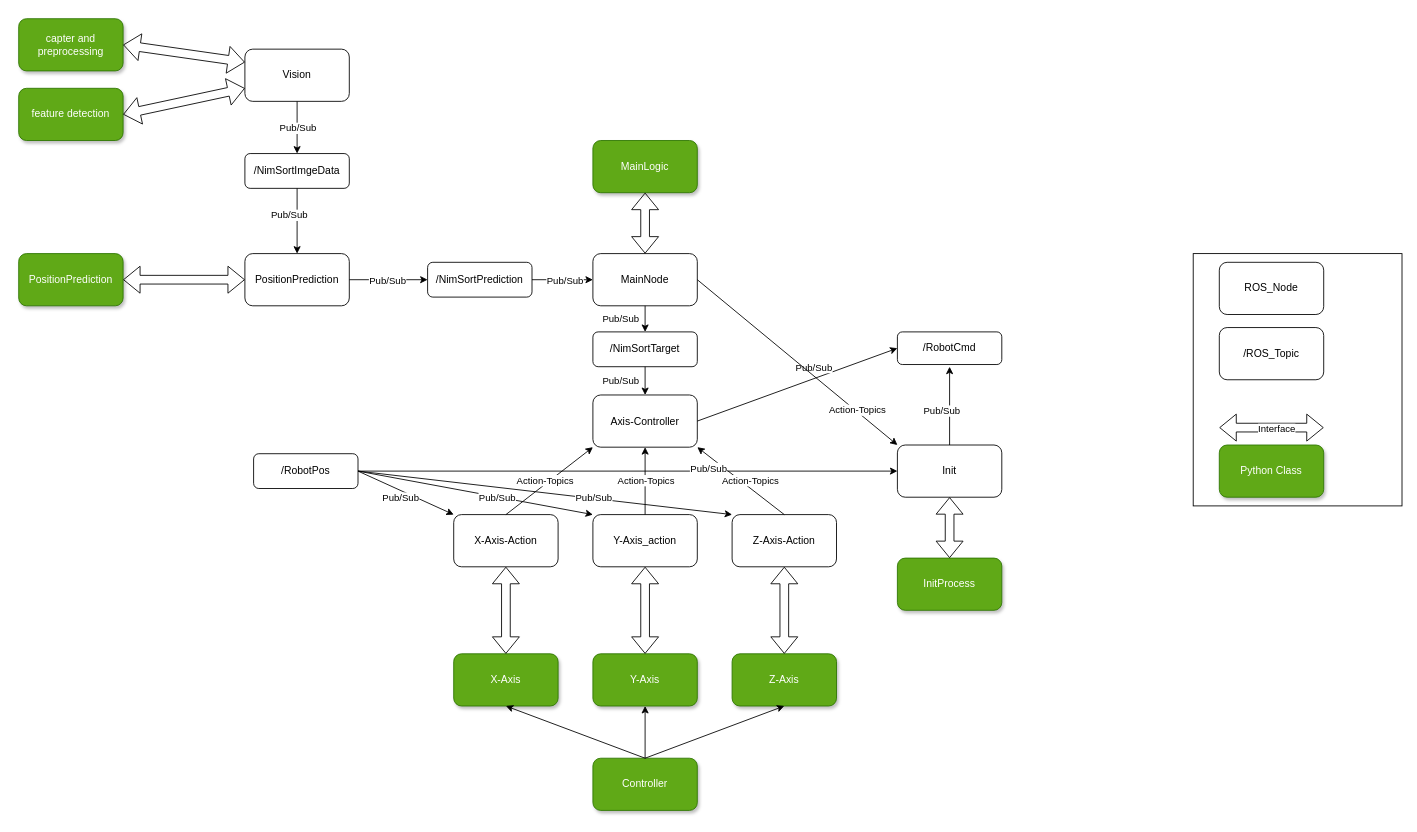
derlole/NimSort42 keeps this draw.io diagram as misc/arch.drawio. Above is the earlier version. Source tidied: cells renumbered, new cells numbered last; positions are measured from the earlier drawing's top-left corner, leaving out a move shared by most shapes. Both pictures are drawn from the tidied source at 87%, with x=0, y=0 at pixel (18, 18).
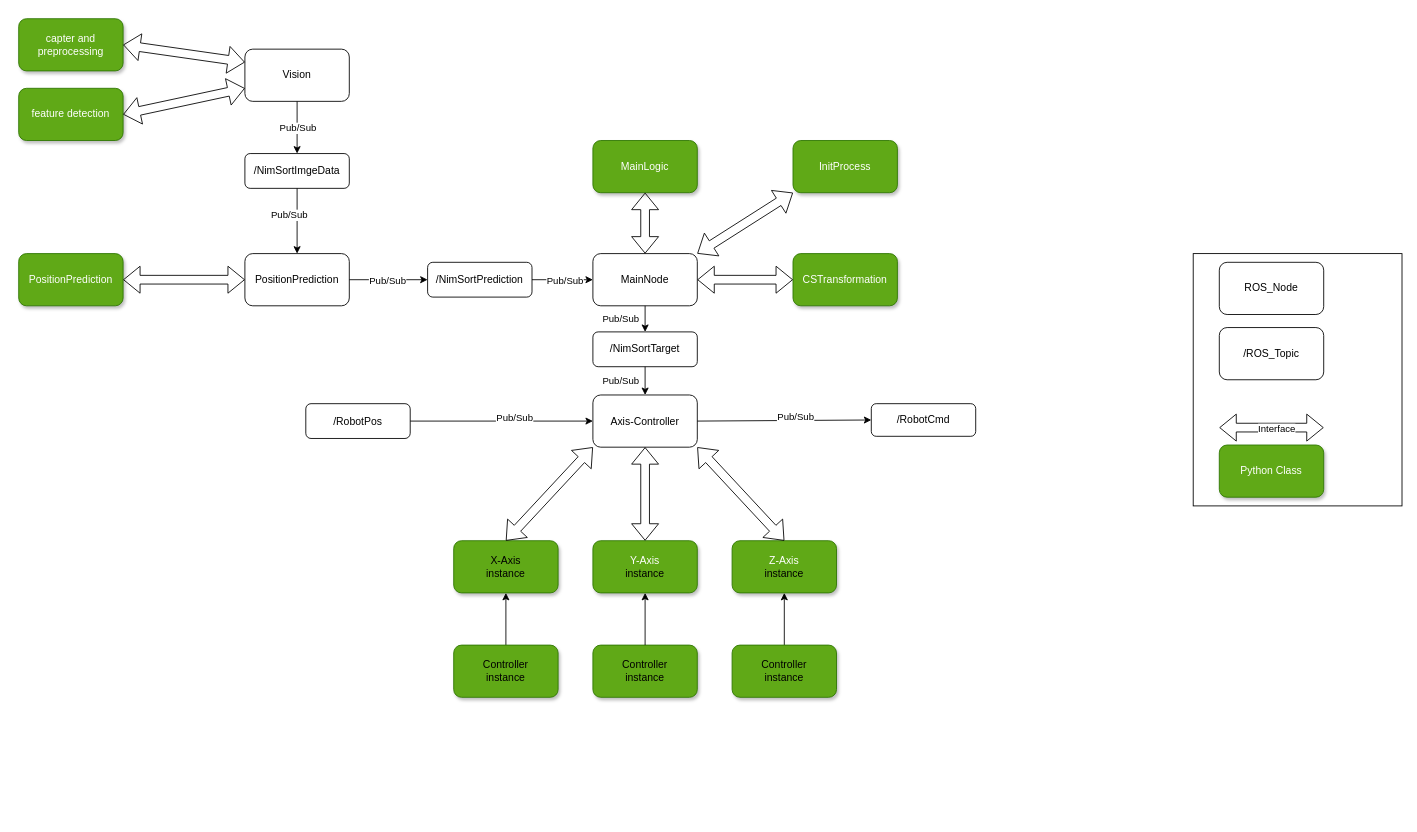
The same page after the edit.

The change refers to these unchanged cells:
```xml
<mxCell id="9" value="Axis-Controller" style="rounded=1;whiteSpace=wrap;html=1;fillColor=light-dark(#FFFFFF,#FF3399);shadow=0;strokeColor=light-dark(#000000,#0000FF);" parent="1" vertex="1">
  <mxGeometry x="660" y="432.5" width="120" height="60" as="geometry" />
</mxCell>
<mxCell id="13" value="MainNode" style="rounded=1;whiteSpace=wrap;html=1;fillColor=light-dark(#FFFFFF,#FF3399);shadow=0;strokeColor=light-dark(#000000,#0000FF);" parent="1" vertex="1">
  <mxGeometry x="660" y="270" width="120" height="60" as="geometry" />
</mxCell>
```

The edit, as a diff of the source:
```diff
@@
     <mxCell id="10" value="/RobotCmd" style="rounded=1;whiteSpace=wrap;html=1;fillColor=light-dark(#FFFFFF,#FF3399);shadow=0;strokeColor=light-dark(#000000,#FFFF66);" parent="1" vertex="1">
-      <mxGeometry x="1010" y="360" width="120" height="37.5" as="geometry" />
+      <mxGeometry x="980" y="442.5" width="120" height="37.5" as="geometry" />
     </mxCell>
@@
     <mxCell id="15" value="/RobotPos" style="rounded=1;whiteSpace=wrap;html=1;fillColor=light-dark(#FFFFFF,#FF3399);shadow=0;strokeColor=light-dark(#000000,#FFFF66);" parent="1" vertex="1">
-      <mxGeometry x="270" y="500" width="120" height="40" as="geometry" />
+      <mxGeometry x="330" y="442.5" width="120" height="40" as="geometry" />
     </mxCell>
-    <mxCell id="16" style="endArrow=classic;html=1;exitX=1;exitY=0.5;exitDx=0;exitDy=0;entryX=0;entryY=0;entryDx=0;entryDy=0;" parent="1" edge="1" source="15" target="20">
-      <mxGeometry relative="1" as="geometry" />
-    </mxCell>
-    <mxCell id="17" value="Pub/Sub" style="edgeLabel;html=1;align=center;verticalAlign=middle;" parent="16" vertex="1">
-      <mxGeometry x="0.38" y="-3" relative="1" as="geometry">
-        <mxPoint x="-26" y="-7" as="offset" />
-      </mxGeometry>
-    </mxCell>
-    <mxCell id="18" value="Z-Axis-Action" style="rounded=1;whiteSpace=wrap;html=1;fillColor=light-dark(#FFFFFF,#FF3399);shadow=0;strokeColor=light-dark(#000000,#0000FF);" parent="1" vertex="1">
-      <mxGeometry x="820" y="570" width="120" height="60" as="geometry" />
-    </mxCell>
-    <mxCell id="19" value="Y-Axis_action" style="rounded=1;whiteSpace=wrap;html=1;fillColor=light-dark(#FFFFFF,#FF3399);shadow=0;strokeColor=light-dark(#000000,#0000FF);" parent="1" vertex="1">
-      <mxGeometry x="660" y="570" width="120" height="60" as="geometry" />
-    </mxCell>
-    <mxCell id="20" value="X-Axis-Action" style="rounded=1;whiteSpace=wrap;html=1;fillColor=light-dark(#FFFFFF,#FF3399);shadow=0;strokeColor=light-dark(#000000,#0000FF);" parent="1" vertex="1">
-      <mxGeometry x="500" y="570" width="120" height="60" as="geometry" />
-    </mxCell>
-    <mxCell id="21" style="endArrow=classic;html=1;entryX=0;entryY=1;entryDx=0;entryDy=0;exitX=0.5;exitY=0;exitDx=0;exitDy=0;" parent="1" edge="1" source="20" target="9">
-      <mxGeometry relative="1" as="geometry" />
-    </mxCell>
-    <mxCell id="22" value="Action-Topics" style="edgeLabel;html=1;align=center;verticalAlign=middle;" parent="21" vertex="1">
-      <mxGeometry x="0.38" y="-3" relative="1" as="geometry">
-        <mxPoint x="-26" y="11" as="offset" />
-      </mxGeometry>
-    </mxCell>
-    <mxCell id="23" style="endArrow=classic;html=1;entryX=0.5;entryY=1;entryDx=0;entryDy=0;exitX=0.5;exitY=0;exitDx=0;exitDy=0;" parent="1" edge="1" source="19" target="9">
-      <mxGeometry relative="1" as="geometry" />
-    </mxCell>
-    <mxCell id="24" value="Action-Topics" style="edgeLabel;html=1;align=center;verticalAlign=middle;" parent="23" vertex="1">
-      <mxGeometry x="0.38" y="-3" relative="1" as="geometry">
-        <mxPoint x="-3" y="13" as="offset" />
-      </mxGeometry>
-    </mxCell>
-    <mxCell id="25" style="endArrow=classic;html=1;entryX=1;entryY=1;entryDx=0;entryDy=0;exitX=0.5;exitY=0;exitDx=0;exitDy=0;" parent="1" edge="1" source="18" target="9">
-      <mxGeometry relative="1" as="geometry" />
-    </mxCell>
-    <mxCell id="26" value="Action-Topics" style="edgeLabel;html=1;align=center;verticalAlign=middle;" parent="25" vertex="1">
-      <mxGeometry x="0.38" y="-3" relative="1" as="geometry">
-        <mxPoint x="27" y="16" as="offset" />
-      </mxGeometry>
-    </mxCell>
-    <mxCell id="27" style="endArrow=classic;html=1;exitX=1;exitY=0.5;exitDx=0;exitDy=0;entryX=0;entryY=0;entryDx=0;entryDy=0;" parent="1" edge="1" source="15" target="19">
-      <mxGeometry relative="1" as="geometry" />
-    </mxCell>
-    <mxCell id="28" value="Pub/Sub" style="edgeLabel;html=1;align=center;verticalAlign=middle;" parent="27" vertex="1">
-      <mxGeometry x="0.38" y="-3" relative="1" as="geometry">
-        <mxPoint x="-26" y="-7" as="offset" />
-      </mxGeometry>
-    </mxCell>
-    <mxCell id="29" style="endArrow=classic;html=1;entryX=0;entryY=0;entryDx=0;entryDy=0;exitX=1;exitY=0.5;exitDx=0;exitDy=0;" parent="1" edge="1" source="15" target="18">
-      <mxGeometry relative="1" as="geometry" />
-    </mxCell>
-    <mxCell id="30" value="Pub/Sub" style="edgeLabel;html=1;align=center;verticalAlign=middle;" parent="29" vertex="1">
-      <mxGeometry x="0.38" y="-3" relative="1" as="geometry">
-        <mxPoint x="-26" y="-7" as="offset" />
-      </mxGeometry>
-    </mxCell>
-    <mxCell id="31" value="Z-Axis" style="rounded=1;whiteSpace=wrap;html=1;shadow=1;fillColor=#60a917;fontColor=#ffffff;strokeColor=#2D7600;" parent="1" vertex="1">
-      <mxGeometry x="820" y="730" width="120" height="60" as="geometry" />
+    <mxCell id="31" value="Z-Axis&lt;div&gt;&lt;font style=&quot;color: light-dark(rgb(0, 0, 0), rgb(0, 0, 0));&quot;&gt;instance&lt;/font&gt;&lt;/div&gt;" style="rounded=1;whiteSpace=wrap;html=1;shadow=1;fillColor=#60a917;fontColor=#ffffff;strokeColor=#2D7600;" parent="1" vertex="1">
+      <mxGeometry x="820" y="600" width="120" height="60" as="geometry" />
     </mxCell>
-    <mxCell id="32" value="Y-Axis" style="rounded=1;whiteSpace=wrap;html=1;shadow=1;fillColor=#60a917;fontColor=#ffffff;strokeColor=#2D7600;" parent="1" vertex="1">
-      <mxGeometry x="660" y="730" width="120" height="60" as="geometry" />
+    <mxCell id="32" value="Y-Axis&lt;div&gt;&lt;font style=&quot;color: light-dark(rgb(0, 0, 0), rgb(0, 0, 0));&quot;&gt;instance&lt;/font&gt;&lt;/div&gt;" style="rounded=1;whiteSpace=wrap;html=1;shadow=1;fillColor=#60a917;fontColor=#ffffff;strokeColor=#2D7600;" parent="1" vertex="1">
+      <mxGeometry x="660" y="600" width="120" height="60" as="geometry" />
     </mxCell>
-    <mxCell id="33" value="X-Axis" style="rounded=1;whiteSpace=wrap;html=1;shadow=1;fillColor=#60a917;fontColor=#ffffff;strokeColor=#2D7600;" parent="1" vertex="1">
-      <mxGeometry x="500" y="730" width="120" height="60" as="geometry" />
+    <mxCell id="33" value="&lt;font style=&quot;color: light-dark(rgb(0, 0, 0), rgb(0, 0, 0));&quot;&gt;X-Axis&lt;/font&gt;&lt;div&gt;&lt;font style=&quot;color: light-dark(rgb(0, 0, 0), rgb(0, 0, 0));&quot;&gt;instance&lt;/font&gt;&lt;/div&gt;" style="rounded=1;whiteSpace=wrap;html=1;shadow=1;fillColor=#60a917;fontColor=#ffffff;strokeColor=#2D7600;" parent="1" vertex="1">
+      <mxGeometry x="500" y="600" width="120" height="60" as="geometry" />
     </mxCell>
-    <mxCell id="34" value="Controller" style="rounded=1;whiteSpace=wrap;html=1;shadow=1;fillColor=#60a917;fontColor=#ffffff;strokeColor=#2D7600;" parent="1" vertex="1">
-      <mxGeometry x="660" y="850" width="120" height="60" as="geometry" />
+    <mxCell id="34" value="&lt;font style=&quot;color: light-dark(rgb(0, 0, 0), rgb(0, 0, 0));&quot;&gt;Controller&lt;/font&gt;&lt;div&gt;&lt;span style=&quot;color: rgb(0, 0, 0);&quot;&gt;&lt;font style=&quot;color: light-dark(rgb(0, 0, 0), rgb(0, 0, 0));&quot;&gt;instance&lt;/font&gt;&lt;/span&gt;&lt;/div&gt;" style="rounded=1;whiteSpace=wrap;html=1;shadow=1;fillColor=#60a917;fontColor=#ffffff;strokeColor=#2D7600;" parent="1" vertex="1">
+      <mxGeometry x="660" y="720" width="120" height="60" as="geometry" />
     </mxCell>
@@
-    <mxCell id="36" style="endArrow=classic;html=1;entryX=0.5;entryY=1;entryDx=0;entryDy=0;" parent="1" edge="1" target="31">
-      <mxGeometry relative="1" as="geometry">
-        <mxPoint x="720" y="850" as="sourcePoint" />
-      </mxGeometry>
+    <mxCell id="36" style="endArrow=classic;html=1;entryX=0.5;entryY=1;entryDx=0;entryDy=0;exitX=0.5;exitY=0;exitDx=0;exitDy=0;" parent="1" edge="1" source="78" target="31">
+      <mxGeometry relative="1" as="geometry" />
     </mxCell>
-    <mxCell id="37" style="endArrow=classic;html=1;entryX=0.5;entryY=1;entryDx=0;entryDy=0;" parent="1" edge="1" target="33">
-      <mxGeometry relative="1" as="geometry">
-        <mxPoint x="720" y="850" as="sourcePoint" />
-      </mxGeometry>
+    <mxCell id="37" style="endArrow=classic;html=1;entryX=0.5;entryY=1;entryDx=0;entryDy=0;exitX=0.5;exitY=0;exitDx=0;exitDy=0;" parent="1" edge="1" source="77" target="33">
+      <mxGeometry relative="1" as="geometry" />
     </mxCell>
-    <mxCell id="38" style="shape=flexArrow;endArrow=classic;startArrow=classic;html=1;entryX=0.5;entryY=1;entryDx=0;entryDy=0;exitX=0.5;exitY=0;exitDx=0;exitDy=0;" parent="1" edge="1" source="32" target="19">
+    <mxCell id="38" style="shape=flexArrow;endArrow=classic;startArrow=classic;html=1;entryX=0.5;entryY=1;entryDx=0;entryDy=0;exitX=0.5;exitY=0;exitDx=0;exitDy=0;" parent="1" edge="1" source="32" target="9">
       <mxGeometry relative="1" as="geometry" />
     </mxCell>
-    <mxCell id="39" style="shape=flexArrow;endArrow=classic;startArrow=classic;html=1;entryX=0.5;entryY=1;entryDx=0;entryDy=0;exitX=0.5;exitY=0;exitDx=0;exitDy=0;" parent="1" edge="1" source="31" target="18">
+    <mxCell id="39" style="shape=flexArrow;endArrow=classic;startArrow=classic;html=1;entryX=1;entryY=1;entryDx=0;entryDy=0;exitX=0.5;exitY=0;exitDx=0;exitDy=0;" parent="1" edge="1" source="31" target="9">
       <mxGeometry relative="1" as="geometry" />
     </mxCell>
-    <mxCell id="40" style="shape=flexArrow;endArrow=classic;startArrow=classic;html=1;entryX=0.5;entryY=1;entryDx=0;entryDy=0;exitX=0.5;exitY=0;exitDx=0;exitDy=0;" parent="1" edge="1" source="33" target="20">
+    <mxCell id="40" style="shape=flexArrow;endArrow=classic;startArrow=classic;html=1;entryX=0;entryY=1;entryDx=0;entryDy=0;exitX=0.5;exitY=0;exitDx=0;exitDy=0;" parent="1" edge="1" source="33" target="9">
       <mxGeometry relative="1" as="geometry" />
     </mxCell>
-    <mxCell id="41" value="Init" style="rounded=1;whiteSpace=wrap;html=1;fillColor=light-dark(#FFFFFF,#FF3399);shadow=0;strokeColor=light-dark(#000000,#0000FF);" parent="1" vertex="1">
-      <mxGeometry x="1010" y="490" width="120" height="60" as="geometry" />
-    </mxCell>
-    <mxCell id="42" style="endArrow=classic;html=1;" parent="1" edge="1">
-      <mxGeometry relative="1" as="geometry">
-        <mxPoint x="1070" y="490" as="sourcePoint" />
-        <mxPoint x="1070" y="400" as="targetPoint" />
-      </mxGeometry>
-    </mxCell>
-    <mxCell id="43" value="Pub/Sub" style="edgeLabel;html=1;align=center;verticalAlign=middle;" parent="42" vertex="1">
-      <mxGeometry x="0.38" y="-3" relative="1" as="geometry">
-        <mxPoint x="-13" y="22" as="offset" />
-      </mxGeometry>
-    </mxCell>
-    <mxCell id="44" style="endArrow=classic;html=1;entryX=0;entryY=0.5;entryDx=0;entryDy=0;exitX=1;exitY=0.5;exitDx=0;exitDy=0;" parent="1" edge="1" source="15" target="41">
-      <mxGeometry relative="1" as="geometry" />
-    </mxCell>
-    <mxCell id="45" value="Pub/Sub" style="edgeLabel;html=1;align=center;verticalAlign=middle;" parent="44" vertex="1">
-      <mxGeometry x="0.38" y="-3" relative="1" as="geometry">
-        <mxPoint x="-26" y="-7" as="offset" />
-      </mxGeometry>
-    </mxCell>
@@
-    <mxCell id="51" style="endArrow=classic;html=1;entryX=0;entryY=0;entryDx=0;entryDy=0;exitX=1;exitY=0.5;exitDx=0;exitDy=0;" parent="1" edge="1" source="13" target="41">
-      <mxGeometry relative="1" as="geometry" />
-    </mxCell>
-    <mxCell id="52" value="Action-Topics" style="edgeLabel;html=1;align=center;verticalAlign=middle;" parent="51" vertex="1">
-      <mxGeometry x="0.38" y="-3" relative="1" as="geometry">
-        <mxPoint x="27" y="16" as="offset" />
-      </mxGeometry>
-    </mxCell>
@@
     <mxCell id="71" value="InitProcess" style="rounded=1;whiteSpace=wrap;html=1;shadow=1;fillColor=#60a917;fontColor=#ffffff;strokeColor=#2D7600;" parent="1" vertex="1">
-      <mxGeometry x="1010" y="620" width="120" height="60" as="geometry" />
+      <mxGeometry x="890" y="140" width="120" height="60" as="geometry" />
     </mxCell>
-    <mxCell id="72" style="shape=flexArrow;endArrow=classic;startArrow=classic;html=1;entryX=0.5;entryY=1;entryDx=0;entryDy=0;exitX=0.5;exitY=0;exitDx=0;exitDy=0;" parent="1" edge="1" source="71" target="41">
+    <mxCell id="72" style="shape=flexArrow;endArrow=classic;startArrow=classic;html=1;entryX=1;entryY=0;entryDx=0;entryDy=0;exitX=0;exitY=1;exitDx=0;exitDy=0;" parent="1" edge="1" source="71" target="13">
       <mxGeometry relative="1" as="geometry" />
     </mxCell>
+    <mxCell id="73" value="CSTransformation" style="rounded=1;whiteSpace=wrap;html=1;shadow=1;fillColor=#60a917;fontColor=#ffffff;strokeColor=#2D7600;" parent="1" vertex="1">
+      <mxGeometry x="890" y="270" width="120" height="60" as="geometry" />
+    </mxCell>
+    <mxCell id="74" style="shape=flexArrow;endArrow=classic;startArrow=classic;html=1;entryX=0;entryY=0.5;entryDx=0;entryDy=0;exitX=1;exitY=0.5;exitDx=0;exitDy=0;" parent="1" edge="1" source="13" target="73">
+      <mxGeometry relative="1" as="geometry" />
+    </mxCell>
+    <mxCell id="75" style="endArrow=classic;html=1;entryX=0;entryY=0.5;entryDx=0;entryDy=0;exitX=1;exitY=0.5;exitDx=0;exitDy=0;" parent="1" edge="1" source="15" target="9">
+      <mxGeometry relative="1" as="geometry" />
+    </mxCell>
+    <mxCell id="76" value="Pub/Sub" style="edgeLabel;html=1;align=center;verticalAlign=middle;" parent="75" vertex="1">
+      <mxGeometry x="0.38" y="-3" relative="1" as="geometry">
+        <mxPoint x="-26" y="-7" as="offset" />
+      </mxGeometry>
+    </mxCell>
+    <mxCell id="77" value="&lt;font style=&quot;color: light-dark(rgb(0, 0, 0), rgb(0, 0, 0));&quot;&gt;Controller&lt;/font&gt;&lt;div&gt;&lt;span style=&quot;color: rgb(0, 0, 0);&quot;&gt;&lt;font style=&quot;color: light-dark(rgb(0, 0, 0), rgb(0, 0, 0));&quot;&gt;instance&lt;/font&gt;&lt;/span&gt;&lt;/div&gt;" style="rounded=1;whiteSpace=wrap;html=1;shadow=1;fillColor=#60a917;fontColor=#ffffff;strokeColor=#2D7600;" parent="1" vertex="1">
+      <mxGeometry x="500" y="720" width="120" height="60" as="geometry" />
+    </mxCell>
+    <mxCell id="78" value="&lt;font style=&quot;color: light-dark(rgb(0, 0, 0), rgb(0, 0, 0));&quot;&gt;Controller&lt;/font&gt;&lt;div&gt;&lt;span style=&quot;color: rgb(0, 0, 0);&quot;&gt;&lt;font style=&quot;color: light-dark(rgb(0, 0, 0), rgb(0, 0, 0));&quot;&gt;instance&lt;/font&gt;&lt;/span&gt;&lt;/div&gt;" style="rounded=1;whiteSpace=wrap;html=1;shadow=1;fillColor=#60a917;fontColor=#ffffff;strokeColor=#2D7600;" parent="1" vertex="1">
+      <mxGeometry x="820" y="720" width="120" height="60" as="geometry" />
+    </mxCell>
```
